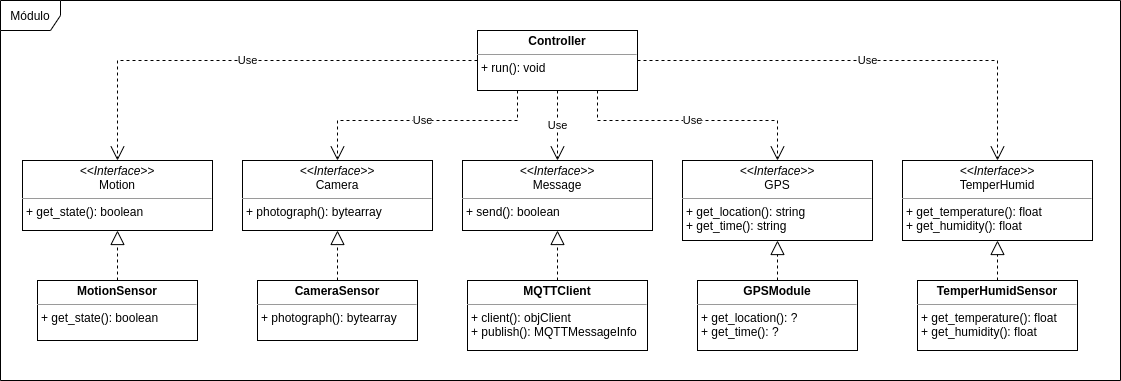
This is images/module-class-diagram.png from Smart-AniMon/docs, a draw.io export, as it was before one commit. Source tidied: cells renumbered, new cells last; positions are measured from the earlier drawing's top-left corner, leaving out a move shared by most shapes.
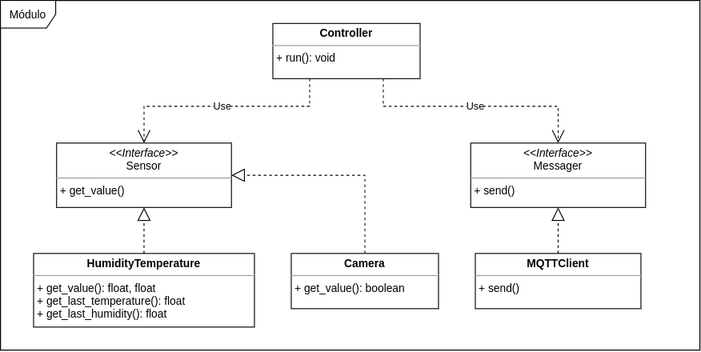
After the commit.

Diff of the diagram source:
```diff
@@ -2,71 +2,47 @@
   <root>
     <mxCell id="0" />
     <mxCell id="1" parent="0" />
-    <mxCell id="2" value="Use" style="edgeStyle=orthogonalEdgeStyle;rounded=0;jettySize=auto;html=1;exitX=0.75;exitY=1;exitDx=0;exitDy=0;entryX=0.5;entryY=0;entryDx=0;entryDy=0;dashed=1;endArrow=open;endFill=0;strokeWidth=1;endSize=12;" parent="1" edge="1" source="6" target="21">
-      <mxGeometry relative="1" as="geometry" />
-    </mxCell>
-    <mxCell id="3" value="Use" style="edgeStyle=orthogonalEdgeStyle;rounded=0;jettySize=auto;html=1;exitX=1;exitY=0.5;exitDx=0;exitDy=0;entryX=0.5;entryY=0;entryDx=0;entryDy=0;dashed=1;endArrow=open;endFill=0;strokeWidth=1;endSize=12;" parent="1" edge="1" source="6" target="22">
-      <mxGeometry relative="1" as="geometry" />
-    </mxCell>
     <mxCell id="4" value="Use" style="edgeStyle=orthogonalEdgeStyle;rounded=0;jettySize=auto;html=1;exitX=0.25;exitY=1;exitDx=0;exitDy=0;entryX=0.5;entryY=0;entryDx=0;entryDy=0;dashed=1;endArrow=open;endFill=0;strokeWidth=1;endSize=12;" parent="1" edge="1" source="6" target="19">
       <mxGeometry relative="1" as="geometry" />
     </mxCell>
-    <mxCell id="5" value="Use" style="edgeStyle=orthogonalEdgeStyle;rounded=0;jettySize=auto;html=1;exitX=0;exitY=0.5;exitDx=0;exitDy=0;entryX=0.5;entryY=0;entryDx=0;entryDy=0;dashed=1;endArrow=open;endFill=0;strokeWidth=1;endSize=12;" parent="1" edge="1" source="6" target="20">
-      <mxGeometry relative="1" as="geometry" />
-    </mxCell>
     <mxCell id="6" value="&lt;p style=&quot;margin: 0px ; margin-top: 4px ; text-align: center&quot;&gt;&lt;b&gt;Controller&lt;/b&gt;&lt;/p&gt;&lt;hr size=&quot;1&quot;&gt;&lt;p style=&quot;margin: 0px ; margin-left: 4px&quot;&gt;&lt;/p&gt;&lt;p style=&quot;margin: 0px ; margin-left: 4px&quot;&gt;+ run(): void&lt;/p&gt;" style="verticalAlign=top;align=left;overflow=fill;fontSize=12;fontFamily=Helvetica;html=1;" parent="1" vertex="1">
       <mxGeometry x="477" y="30" width="160" height="60" as="geometry" />
     </mxCell>
-    <mxCell id="7" value="&lt;p style=&quot;margin: 0px ; margin-top: 4px ; text-align: center&quot;&gt;&lt;b&gt;MQTTClient&lt;/b&gt;&lt;/p&gt;&lt;hr size=&quot;1&quot;&gt;&lt;p style=&quot;margin: 0px ; margin-left: 4px&quot;&gt;+ client():&amp;nbsp;objClient&lt;/p&gt;&lt;p style=&quot;margin: 0px ; margin-left: 4px&quot;&gt;+ publish(): MQTTMessageInfo&lt;/p&gt;&lt;p style=&quot;margin: 0px ; margin-left: 4px&quot;&gt;&lt;br&gt;&lt;/p&gt;" style="verticalAlign=top;align=left;overflow=fill;fontSize=12;fontFamily=Helvetica;html=1;" parent="1" vertex="1">
-      <mxGeometry x="467" y="280" width="180" height="70" as="geometry" />
+    <mxCell id="7" value="&lt;p style=&quot;margin: 0px ; margin-top: 4px ; text-align: center&quot;&gt;&lt;b&gt;MQTTClient&lt;/b&gt;&lt;/p&gt;&lt;hr size=&quot;1&quot;&gt;&lt;p style=&quot;margin: 0px ; margin-left: 4px&quot;&gt;+ send()&lt;/p&gt;&lt;p style=&quot;margin: 0px ; margin-left: 4px&quot;&gt;&lt;br&gt;&lt;/p&gt;" style="verticalAlign=top;align=left;overflow=fill;fontSize=12;fontFamily=Helvetica;html=1;" parent="1" vertex="1">
+      <mxGeometry x="697" y="280" width="180" height="60" as="geometry" />
     </mxCell>
-    <mxCell id="8" style="edgeStyle=orthogonalEdgeStyle;rounded=0;jettySize=auto;html=1;exitX=0.5;exitY=0;exitDx=0;exitDy=0;entryX=0.5;entryY=1;entryDx=0;entryDy=0;dashed=1;endArrow=block;endFill=0;endSize=12;strokeWidth=1;" parent="1" edge="1" source="9" target="19">
+    <mxCell id="8" style="edgeStyle=orthogonalEdgeStyle;rounded=0;jettySize=auto;html=1;exitX=0.5;exitY=0;exitDx=0;exitDy=0;dashed=1;endArrow=block;endFill=0;endSize=12;strokeWidth=1;entryX=1;entryY=0.5;entryDx=0;entryDy=0;" parent="1" edge="1" source="9" target="19">
       <mxGeometry relative="1" as="geometry" />
     </mxCell>
-    <mxCell id="9" value="&lt;p style=&quot;margin: 0px ; margin-top: 4px ; text-align: center&quot;&gt;&lt;b&gt;CameraSensor&lt;/b&gt;&lt;/p&gt;&lt;hr size=&quot;1&quot;&gt;&lt;p style=&quot;margin: 0px ; margin-left: 4px&quot;&gt;+ photograph(): bytearray&lt;/p&gt;" style="verticalAlign=top;align=left;overflow=fill;fontSize=12;fontFamily=Helvetica;html=1;" parent="1" vertex="1">
-      <mxGeometry x="257" y="280" width="160" height="60" as="geometry" />
+    <mxCell id="9" value="&lt;p style=&quot;margin: 0px ; margin-top: 4px ; text-align: center&quot;&gt;&lt;b&gt;Camera&lt;/b&gt;&lt;/p&gt;&lt;hr size=&quot;1&quot;&gt;&lt;p style=&quot;margin: 0px ; margin-left: 4px&quot;&gt;+ get_value(): boolean&lt;/p&gt;" style="verticalAlign=top;align=left;overflow=fill;fontSize=12;fontFamily=Helvetica;html=1;" parent="1" vertex="1">
+      <mxGeometry x="497" y="280" width="160" height="60" as="geometry" />
     </mxCell>
-    <mxCell id="10" value="&lt;p style=&quot;margin: 0px ; margin-top: 4px ; text-align: center&quot;&gt;&lt;b&gt;TemperHumidSensor&lt;/b&gt;&lt;/p&gt;&lt;hr size=&quot;1&quot;&gt;&lt;p style=&quot;margin: 0px ; margin-left: 4px&quot;&gt;+ get_temperature(): float&lt;/p&gt;&lt;p style=&quot;margin: 0px ; margin-left: 4px&quot;&gt;+ get_humidity(): float&lt;br&gt;&lt;/p&gt;" style="verticalAlign=top;align=left;overflow=fill;fontSize=12;fontFamily=Helvetica;html=1;" parent="1" vertex="1">
-      <mxGeometry x="917" y="280" width="160" height="70" as="geometry" />
-    </mxCell>
-    <mxCell id="11" style="edgeStyle=orthogonalEdgeStyle;rounded=0;jettySize=auto;html=1;exitX=0.5;exitY=0;exitDx=0;exitDy=0;entryX=0.5;entryY=1;entryDx=0;entryDy=0;dashed=1;endArrow=block;endFill=0;endSize=12;strokeWidth=1;" parent="1" edge="1" source="12" target="21">
+    <mxCell id="11" style="edgeStyle=orthogonalEdgeStyle;rounded=0;jettySize=auto;html=1;exitX=0.5;exitY=0;exitDx=0;exitDy=0;dashed=1;endArrow=block;endFill=0;endSize=12;strokeWidth=1;entryX=0.5;entryY=1;entryDx=0;entryDy=0;" parent="1" edge="1" source="12" target="19">
       <mxGeometry relative="1" as="geometry" />
     </mxCell>
-    <mxCell id="12" value="&lt;p style=&quot;margin: 0px ; margin-top: 4px ; text-align: center&quot;&gt;&lt;b&gt;GPSModule&lt;/b&gt;&lt;/p&gt;&lt;hr size=&quot;1&quot;&gt;&lt;p style=&quot;margin: 0px ; margin-left: 4px&quot;&gt;+ get_location(): ?&lt;/p&gt;&lt;p style=&quot;margin: 0px ; margin-left: 4px&quot;&gt;+ get_time(): ?&lt;br&gt;&lt;/p&gt;" style="verticalAlign=top;align=left;overflow=fill;fontSize=12;fontFamily=Helvetica;html=1;" parent="1" vertex="1">
-      <mxGeometry x="697" y="280" width="160" height="70" as="geometry" />
+    <mxCell id="12" value="&lt;p style=&quot;margin: 0px ; margin-top: 4px ; text-align: center&quot;&gt;&lt;b&gt;HumidityTemperature&lt;/b&gt;&lt;br&gt;&lt;/p&gt;&lt;hr size=&quot;1&quot;&gt;&lt;p style=&quot;margin: 0px ; margin-left: 4px&quot;&gt;+ get_value(): float, float&lt;br&gt;+&amp;nbsp;get_last_temperature(): float&lt;br&gt;&lt;span&gt;+&amp;nbsp;get_last_humidity(): float&lt;/span&gt;&lt;/p&gt;" style="verticalAlign=top;align=left;overflow=fill;fontSize=12;fontFamily=Helvetica;html=1;" parent="1" vertex="1">
+      <mxGeometry x="217" y="280" width="240" height="80" as="geometry" />
     </mxCell>
-    <mxCell id="13" style="edgeStyle=orthogonalEdgeStyle;rounded=0;jettySize=auto;html=1;exitX=0.5;exitY=0;exitDx=0;exitDy=0;entryX=0.5;entryY=1;entryDx=0;entryDy=0;dashed=1;endArrow=block;endFill=0;endSize=12;strokeWidth=1;" parent="1" edge="1" source="14" target="20">
-      <mxGeometry relative="1" as="geometry" />
-    </mxCell>
-    <mxCell id="14" value="&lt;p style=&quot;margin: 0px ; margin-top: 4px ; text-align: center&quot;&gt;&lt;b&gt;MotionSensor&lt;/b&gt;&lt;/p&gt;&lt;hr size=&quot;1&quot;&gt;&lt;p style=&quot;margin: 0px ; margin-left: 4px&quot;&gt;+ get_state(): boolean&lt;/p&gt;" style="verticalAlign=top;align=left;overflow=fill;fontSize=12;fontFamily=Helvetica;html=1;" parent="1" vertex="1">
-      <mxGeometry x="37" y="280" width="160" height="60" as="geometry" />
-    </mxCell>
     <mxCell id="15" value="Módulo" style="shape=umlFrame;whiteSpace=wrap;html=1;" parent="1" vertex="1">
-      <mxGeometry width="1120" height="380" as="geometry" />
+      <mxGeometry x="181" y="5" width="760" height="380" as="geometry" />
     </mxCell>
-    <mxCell id="16" value="&lt;p style=&quot;margin: 0px ; margin-top: 4px ; text-align: center&quot;&gt;&lt;i&gt;&amp;lt;&amp;lt;Interface&amp;gt;&amp;gt;&lt;/i&gt;&lt;br&gt;Message&lt;/p&gt;&lt;hr size=&quot;1&quot;&gt;&lt;p style=&quot;margin: 0px ; margin-left: 4px&quot;&gt;+ send(): boolean&lt;/p&gt;" style="verticalAlign=top;align=left;overflow=fill;fontSize=12;fontFamily=Helvetica;html=1;" parent="1" vertex="1">
-      <mxGeometry x="462" y="160" width="190" height="70" as="geometry" />
+    <mxCell id="16" value="&lt;p style=&quot;margin: 0px ; margin-top: 4px ; text-align: center&quot;&gt;&lt;i&gt;&amp;lt;&amp;lt;Interface&amp;gt;&amp;gt;&lt;/i&gt;&lt;br&gt;Messager&lt;/p&gt;&lt;hr size=&quot;1&quot;&gt;&lt;p style=&quot;margin: 0px ; margin-left: 4px&quot;&gt;+ send()&lt;/p&gt;" style="verticalAlign=top;align=left;overflow=fill;fontSize=12;fontFamily=Helvetica;html=1;" parent="1" vertex="1">
+      <mxGeometry x="692" y="160" width="190" height="70" as="geometry" />
     </mxCell>
     <mxCell id="17" style="endArrow=block;dashed=1;endFill=0;endSize=12;html=1;strokeWidth=1;exitX=0.5;exitY=0;exitDx=0;exitDy=0;entryX=0.5;entryY=1;entryDx=0;entryDy=0;" parent="1" edge="1" source="7" target="16">
       <mxGeometry relative="1" as="geometry" />
     </mxCell>
-    <mxCell id="18" value="Use" style="endArrow=open;endFill=1;endSize=12;html=1;dashed=1;strokeWidth=1;exitX=0.5;exitY=1;exitDx=0;exitDy=0;entryX=0.5;entryY=0;entryDx=0;entryDy=0;" parent="1" edge="1" source="6" target="16">
-      <mxGeometry relative="1" as="geometry" />
+    <mxCell id="18" value="Use" style="endArrow=open;endFill=1;endSize=12;html=1;dashed=1;strokeWidth=1;exitX=0.75;exitY=1;exitDx=0;exitDy=0;entryX=0.5;entryY=0;entryDx=0;entryDy=0;rounded=0;" parent="1" edge="1" source="6" target="16">
+      <mxGeometry relative="1" as="geometry">
+        <Array as="points">
+          <mxPoint x="597" y="120" />
+          <mxPoint x="717" y="120" />
+          <mxPoint x="787" y="120" />
+        </Array>
+      </mxGeometry>
     </mxCell>
-    <mxCell id="19" value="&lt;p style=&quot;margin: 0px ; margin-top: 4px ; text-align: center&quot;&gt;&lt;i&gt;&amp;lt;&amp;lt;Interface&amp;gt;&amp;gt;&lt;/i&gt;&lt;br&gt;Camera&lt;/p&gt;&lt;hr size=&quot;1&quot;&gt;&lt;p style=&quot;margin: 0px ; margin-left: 4px&quot;&gt;+ photograph(): bytearray&lt;br&gt;&lt;/p&gt;" style="verticalAlign=top;align=left;overflow=fill;fontSize=12;fontFamily=Helvetica;html=1;" parent="1" vertex="1">
+    <mxCell id="19" value="&lt;p style=&quot;margin: 0px ; margin-top: 4px ; text-align: center&quot;&gt;&lt;i&gt;&amp;lt;&amp;lt;Interface&amp;gt;&amp;gt;&lt;/i&gt;&lt;br&gt;Sensor&lt;/p&gt;&lt;hr size=&quot;1&quot;&gt;&lt;p style=&quot;margin: 0px ; margin-left: 4px&quot;&gt;+ get_value()&lt;br&gt;&lt;/p&gt;" style="verticalAlign=top;align=left;overflow=fill;fontSize=12;fontFamily=Helvetica;html=1;" parent="1" vertex="1">
       <mxGeometry x="242" y="160" width="190" height="70" as="geometry" />
     </mxCell>
-    <mxCell id="20" value="&lt;p style=&quot;margin: 0px ; margin-top: 4px ; text-align: center&quot;&gt;&lt;i&gt;&amp;lt;&amp;lt;Interface&amp;gt;&amp;gt;&lt;/i&gt;&lt;br&gt;Motion&lt;/p&gt;&lt;hr size=&quot;1&quot;&gt;&lt;p style=&quot;margin: 0px ; margin-left: 4px&quot;&gt;+ get_state(): boolean&lt;br&gt;&lt;/p&gt;" style="verticalAlign=top;align=left;overflow=fill;fontSize=12;fontFamily=Helvetica;html=1;" parent="1" vertex="1">
-      <mxGeometry x="22" y="160" width="190" height="70" as="geometry" />
-    </mxCell>
-    <mxCell id="21" value="&lt;p style=&quot;margin: 0px ; margin-top: 4px ; text-align: center&quot;&gt;&lt;i&gt;&amp;lt;&amp;lt;Interface&amp;gt;&amp;gt;&lt;/i&gt;&lt;br&gt;GPS&lt;/p&gt;&lt;hr size=&quot;1&quot;&gt;&lt;p style=&quot;margin: 0px 0px 0px 4px&quot;&gt;+ get_location(): string&lt;/p&gt;&lt;p style=&quot;margin: 0px 0px 0px 4px&quot;&gt;+ get_time(): string&lt;/p&gt;" style="verticalAlign=top;align=left;overflow=fill;fontSize=12;fontFamily=Helvetica;html=1;" parent="1" vertex="1">
-      <mxGeometry x="682" y="160" width="190" height="80" as="geometry" />
-    </mxCell>
-    <mxCell id="22" value="&lt;p style=&quot;margin: 0px ; margin-top: 4px ; text-align: center&quot;&gt;&lt;i&gt;&amp;lt;&amp;lt;Interface&amp;gt;&amp;gt;&lt;/i&gt;&lt;br&gt;TemperHumid&lt;br&gt;&lt;/p&gt;&lt;hr size=&quot;1&quot;&gt;&lt;p style=&quot;margin: 0px ; margin-left: 4px&quot;&gt;+ get_temperature(): float&lt;/p&gt;&lt;p style=&quot;margin: 0px ; margin-left: 4px&quot;&gt;+ get_humidity(): float&lt;br&gt;&lt;/p&gt;" style="verticalAlign=top;align=left;overflow=fill;fontSize=12;fontFamily=Helvetica;html=1;" parent="1" vertex="1">
-      <mxGeometry x="902" y="160" width="190" height="80" as="geometry" />
-    </mxCell>
-    <mxCell id="23" style="endArrow=block;dashed=1;endFill=0;endSize=12;html=1;strokeWidth=1;exitX=0.5;exitY=0;exitDx=0;exitDy=0;entryX=0.5;entryY=1;entryDx=0;entryDy=0;" parent="1" edge="1" source="10" target="22">
-      <mxGeometry relative="1" as="geometry" />
-    </mxCell>
   </root>
 </mxGraphModel>
```
